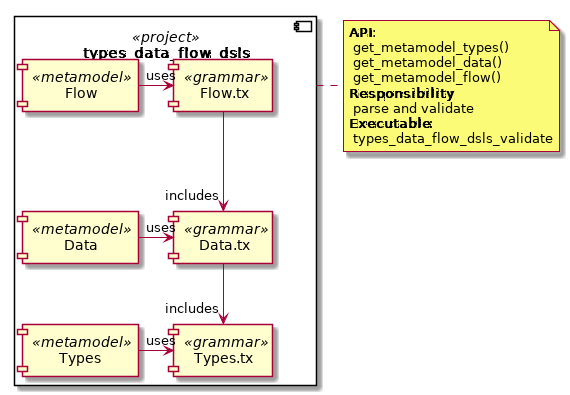
textX/textx-multi-metamodel-example keeps this PlantUML diagram as images/types_data_flow_02.png. Above is the earlier version. Source of this version:
```plantuml
@startuml
component types_data_flow_dsls <<project>> {
	component Types.tx <<grammar>> as TypesG
	component Data.tx <<grammar>> as DataG
	component Flow.tx <<grammar>> as FlowG

	component Types <<metamodel>> as Types
	component Data <<metamodel>> as Data
	component Flow <<metamodel>> as Flow
}

note as Note
**API**:
 get_metamodel_types()
 get_metamodel_data()
 get_metamodel_flow()
**Responsibility**:
 parse and validate
**Executable**:
 types_data_flow_dsls_validate
end note

types_data_flow_dsls . Note

DataG --> "includes" TypesG
FlowG --> "includes" DataG

Types -> "uses" TypesG
Data -> "uses" DataG
Flow -> "uses" FlowG

@enduml
```
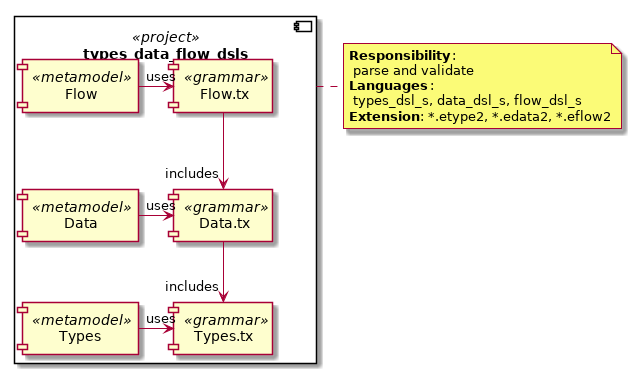
After the commit.

What changed in the source:
```diff
@@ -10,14 +10,11 @@
 }
 
 note as Note
-**API**:
- get_metamodel_types()
- get_metamodel_data()
- get_metamodel_flow()
 **Responsibility**:
  parse and validate
-**Executable**:
- types_data_flow_dsls_validate
+**Languages**:
+ types_dsl_s, data_dsl_s, flow_dsl_s
+**Extension**: *.etype2, *.edata2, *.eflow2
 end note
 
 types_data_flow_dsls . Note
```
